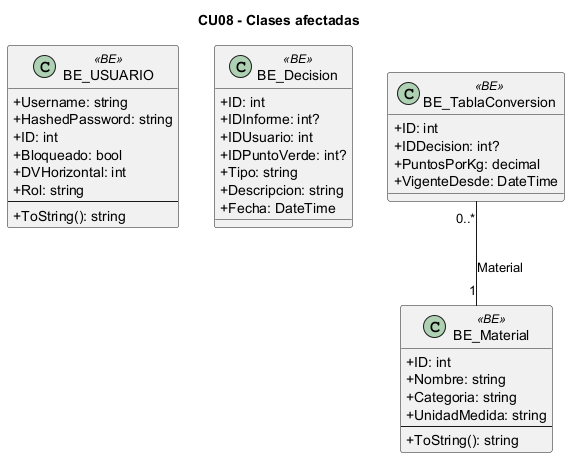
Earlier version of the PlantUML export docs/diagramas/uml_png/cu__CU08_clases.png (L-Muniz/uai-diploma_2026).
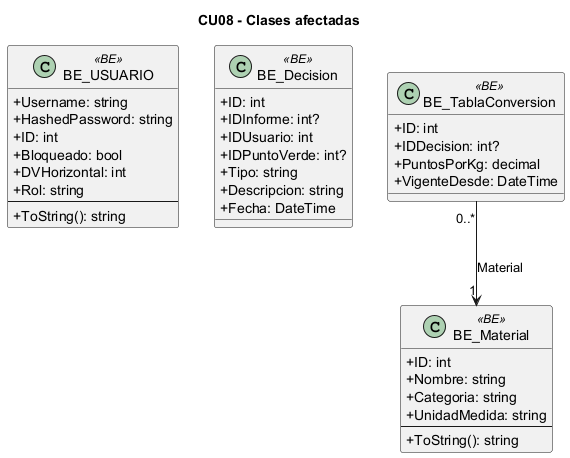
After the change.

What changed in the source:
```diff
@@ -34,5 +34,5 @@
   --
   +ToString(): string
 }
-BE_TablaConversion "0..*" -- "1" BE_Material : Material
+BE_TablaConversion "0..*" --> "1" BE_Material : Material
 @enduml
```
